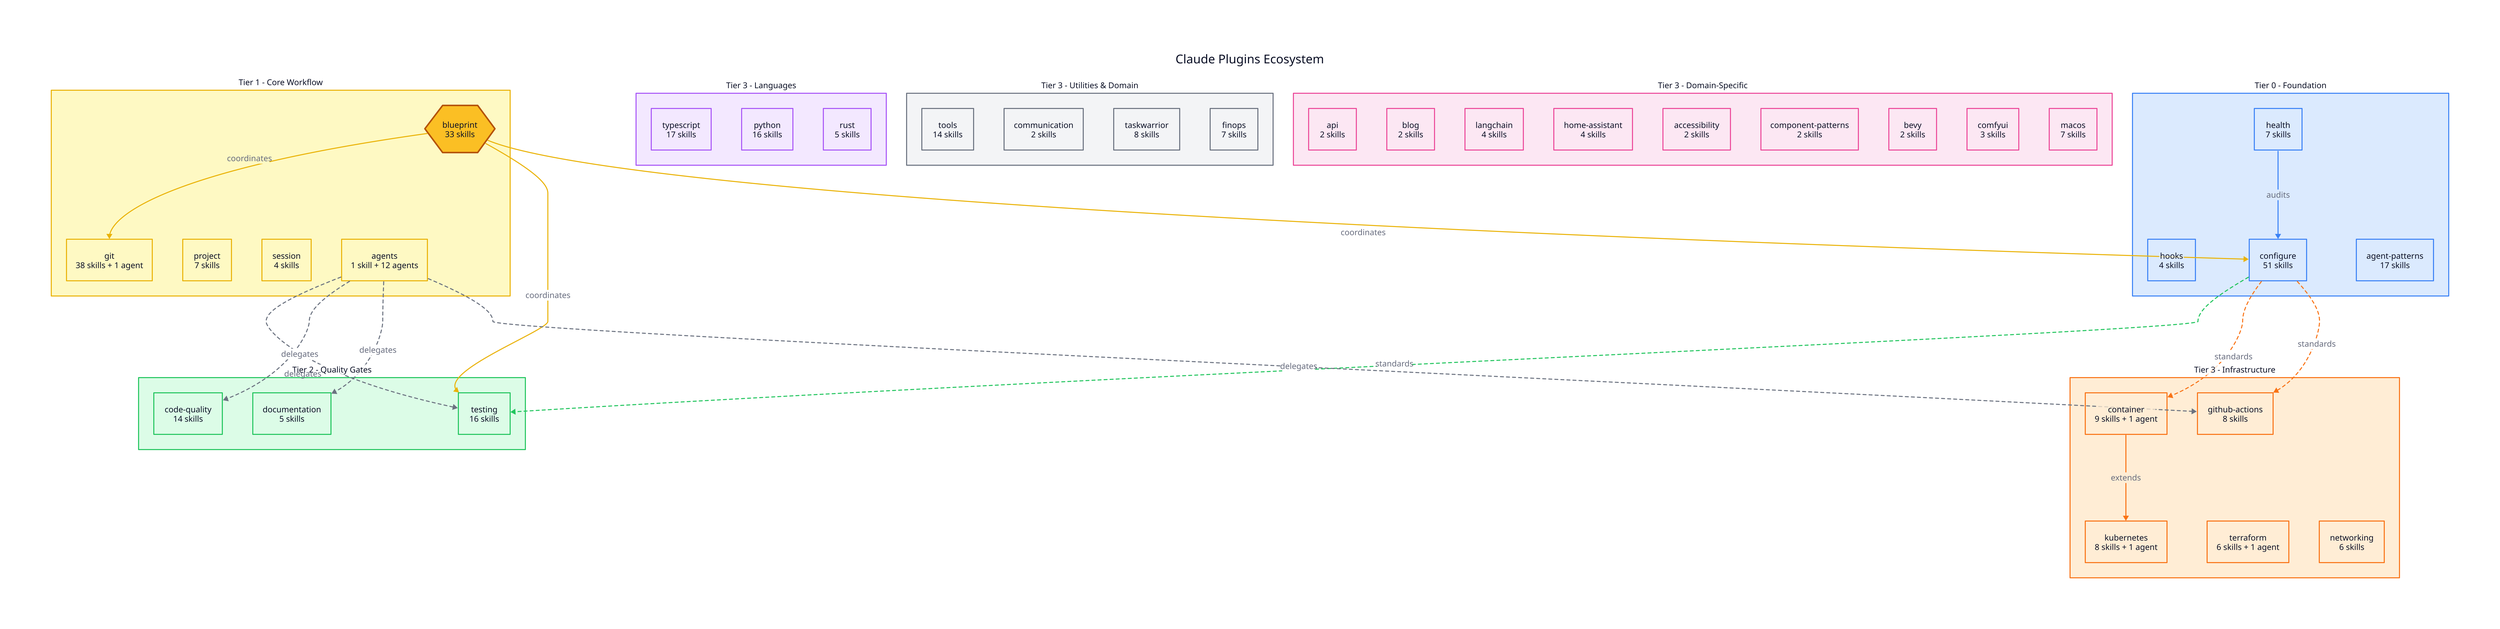
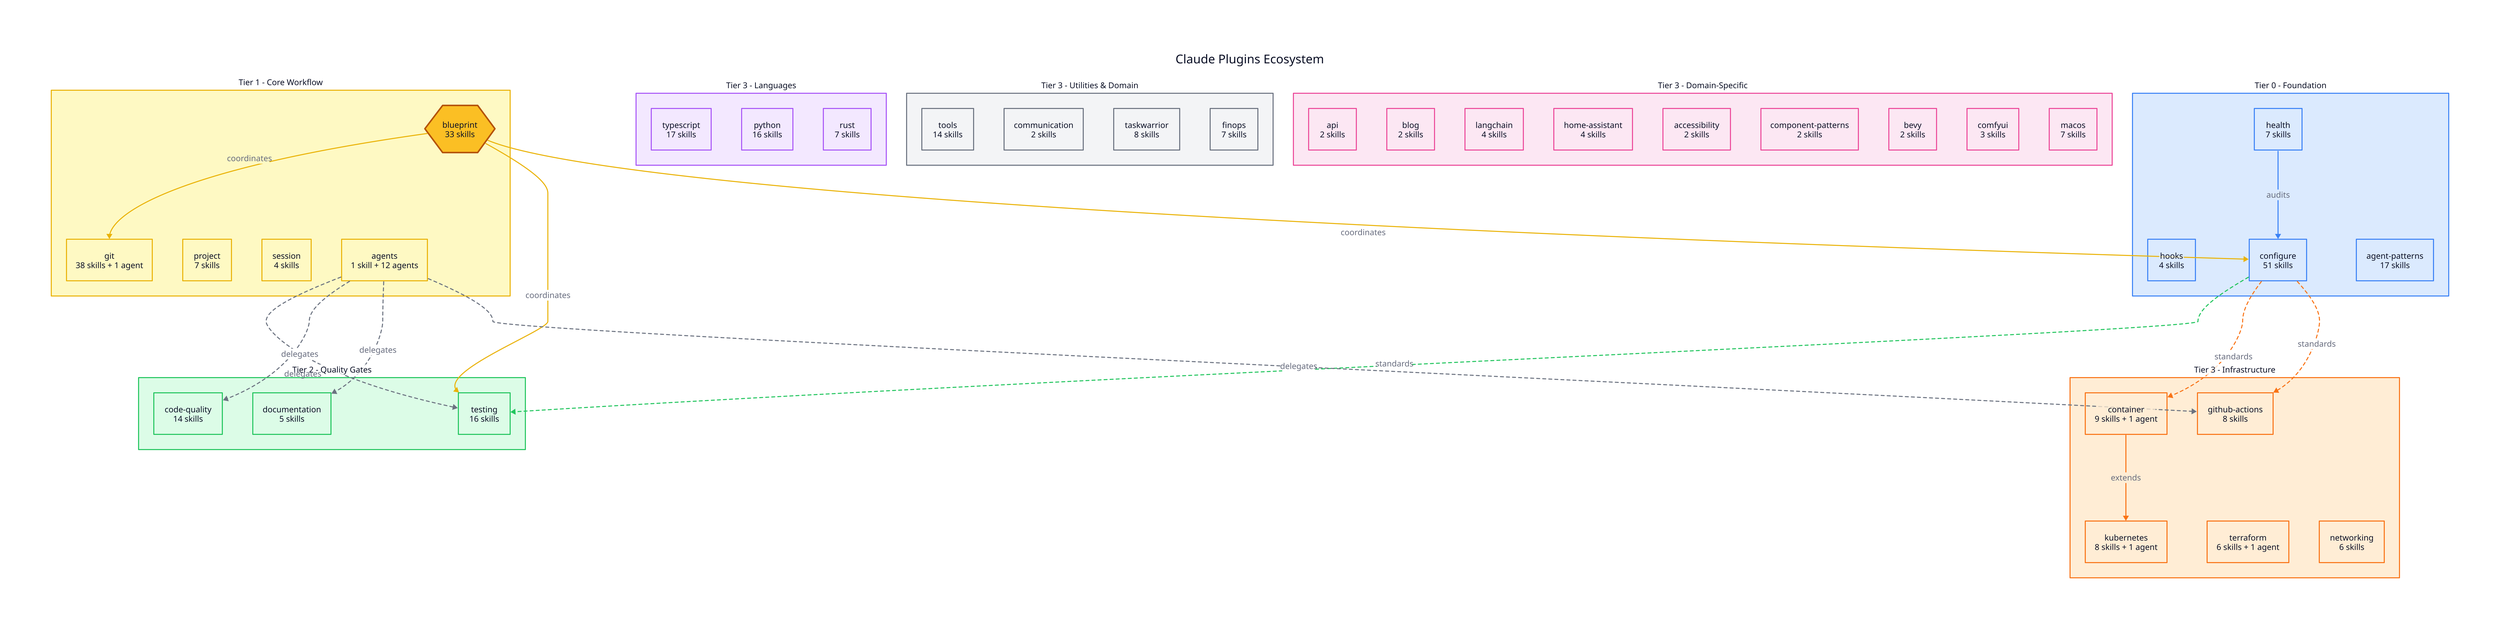
direction: down

title: "Claude Plugins Ecosystem" {
  near: top-center
  shape: text
  style: {
    font-size: 24
    bold: true
  }
}

# === CLASSES ===
classes: {
  foundation: {
    style.fill: "#dbeafe"
    style.stroke: "#3b82f6"
  }
  core: {
    style.fill: "#fef9c3"
    style.stroke: "#eab308"
  }
  quality: {
    style.fill: "#dcfce7"
    style.stroke: "#22c55e"
  }
  language: {
    style.fill: "#f3e8ff"
    style.stroke: "#a855f7"
  }
  infra: {
    style.fill: "#ffedd5"
    style.stroke: "#f97316"
  }
  utility: {
    style.fill: "#f3f4f6"
    style.stroke: "#6b7280"
  }
  domain: {
    style.fill: "#fce7f3"
    style.stroke: "#ec4899"
  }
}

# === TIER 0: FOUNDATION ===
foundation: {
  label: "Tier 0 - Foundation"
  class: foundation
  style.font-size: 16
  style.bold: true

  health: {
    label: "health\n7 skills"
    shape: rectangle
    class: foundation
  }
  hooks: {
    label: "hooks\n4 skills"
    shape: rectangle
    class: foundation
  }
  configure: {
    label: "configure\n51 skills"
    shape: rectangle
    class: foundation
  }
  agent-patterns: {
    label: "agent-patterns\n17 skills"
    shape: rectangle
    class: foundation
  }
}

# === TIER 1: CORE WORKFLOW ===
core: {
  label: "Tier 1 - Core Workflow"
  class: core
  style.font-size: 16
  style.bold: true

  blueprint: {
    label: "blueprint\n33 skills"
    shape: hexagon
    style.fill: "#fbbf24"
    style.stroke: "#b45309"
    style.stroke-width: 3
  }
  git: {
    label: "git\n38 skills + 1 agent"
    shape: rectangle
    class: core
  }
  project: {
    label: "project\n7 skills"
    shape: rectangle
    class: core
  }
  session: {
    label: "session\n4 skills"
    shape: rectangle
    class: core
  }
  agents: {
    label: "agents\n1 skill + 12 agents"
    shape: rectangle
    class: core
  }
}

# === TIER 2: QUALITY GATES ===
quality: {
  label: "Tier 2 - Quality Gates"
  class: quality
  style.font-size: 16
  style.bold: true

  testing: {
    label: "testing\n16 skills"
    shape: rectangle
    class: quality
  }
  code-quality: {
    label: "code-quality\n14 skills"
    shape: rectangle
    class: quality
  }
  documentation: {
    label: "documentation\n5 skills"
    shape: rectangle
    class: quality
  }
}

# === TIER 3: LANGUAGE ===
language: {
  label: "Tier 3 - Languages"
  class: language
  style.font-size: 16
  style.bold: true

  typescript: {
    label: "typescript\n17 skills"
    shape: rectangle
    class: language
  }
  python: {
    label: "python\n16 skills"
    shape: rectangle
    class: language
  }
  rust: {
-     label: "rust\n5 skills"
+     label: "rust\n7 skills"
    shape: rectangle
    class: language
  }
}

# === TIER 3: INFRASTRUCTURE ===
infra: {
  label: "Tier 3 - Infrastructure"
  class: infra
  style.font-size: 16
  style.bold: true

  container: {
    label: "container\n9 skills + 1 agent"
    shape: rectangle
    class: infra
  }
  kubernetes: {
    label: "kubernetes\n8 skills + 1 agent"
    shape: rectangle
    class: infra
  }
  terraform: {
    label: "terraform\n6 skills + 1 agent"
    shape: rectangle
    class: infra
  }
  github-actions: {
    label: "github-actions\n8 skills"
    shape: rectangle
    class: infra
  }
  networking: {
    label: "networking\n6 skills"
    shape: rectangle
    class: infra
  }
}

# === TIER 3: UTILITIES & DOMAIN ===
utilities: {
  label: "Tier 3 - Utilities & Domain"
  class: utility
  style.font-size: 16
  style.bold: true

  tools: {
    label: "tools\n14 skills"
    shape: rectangle
    class: utility
  }
  communication: {
    label: "communication\n2 skills"
    shape: rectangle
    class: utility
  }
  taskwarrior: {
    label: "taskwarrior\n8 skills"
    shape: rectangle
    class: utility
  }
  finops: {
    label: "finops\n7 skills"
    shape: rectangle
    class: utility
  }
}

domain: {
  label: "Tier 3 - Domain-Specific"
  class: domain
  style.font-size: 16
  style.bold: true

  api: {
    label: "api\n2 skills"
    shape: rectangle
    class: domain
  }
  blog: {
    label: "blog\n2 skills"
    shape: rectangle
    class: domain
  }
  langchain: {
    label: "langchain\n4 skills"
    shape: rectangle
    class: domain
  }
  home-assistant: {
    label: "home-assistant\n4 skills"
    shape: rectangle
    class: domain
  }
  accessibility: {
    label: "accessibility\n2 skills"
    shape: rectangle
    class: domain
  }
  component-patterns: {
    label: "component-patterns\n2 skills"
    shape: rectangle
    class: domain
  }
  bevy: {
    label: "bevy\n2 skills"
    shape: rectangle
    class: domain
  }
  comfyui: {
    label: "comfyui\n3 skills"
    shape: rectangle
    class: domain
  }
  macos: {
    label: "macos\n7 skills"
    shape: rectangle
    class: domain
  }
}

# === RELATIONSHIPS ===

# Foundation flows
foundation.health -> foundation.configure: "audits" {
  style.stroke: "#3b82f6"
}

# Configure provides standards for
foundation.configure -> quality.testing: "standards" {
  style.stroke: "#22c55e"
  style.stroke-dash: 3
}
foundation.configure -> infra.container: "standards" {
  style.stroke: "#f97316"
  style.stroke-dash: 3
}
foundation.configure -> infra.github-actions: "standards" {
  style.stroke: "#f97316"
  style.stroke-dash: 3
}

# Blueprint coordinates
core.blueprint -> core.git: "coordinates" {
  style.stroke: "#eab308"
}
core.blueprint -> quality.testing: "coordinates" {
  style.stroke: "#eab308"
}
core.blueprint -> foundation.configure: "coordinates" {
  style.stroke: "#eab308"
}

# Agents delegate to
core.agents -> quality.testing: "delegates" {
  style.stroke: "#6b7280"
  style.stroke-dash: 3
}
core.agents -> quality.code-quality: "delegates" {
  style.stroke: "#6b7280"
  style.stroke-dash: 3
}
core.agents -> quality.documentation: "delegates" {
  style.stroke: "#6b7280"
  style.stroke-dash: 3
}
core.agents -> infra.github-actions: "delegates" {
  style.stroke: "#6b7280"
  style.stroke-dash: 3
}

# Infrastructure extends
infra.container -> infra.kubernetes: "extends" {
  style.stroke: "#f97316"
}
